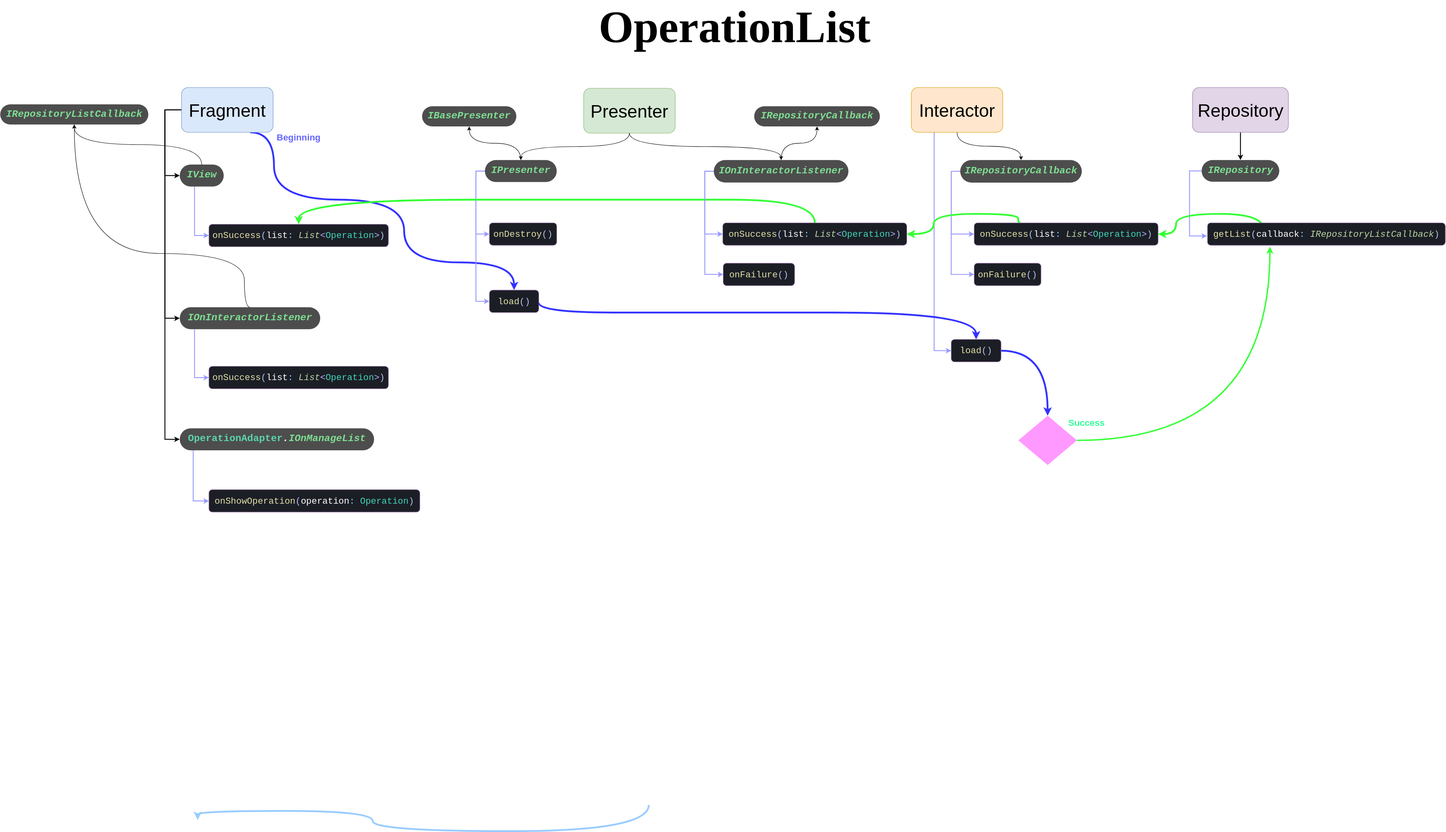
ElianFabian/android-mvp-calculator keeps this draw.io diagram as MVP OperationList Scheme.svg. Above is the earlier version. Source tidied: cells renumbered, new cells last; positions are measured from the earlier drawing's top-left corner, leaving out a move shared by most shapes.
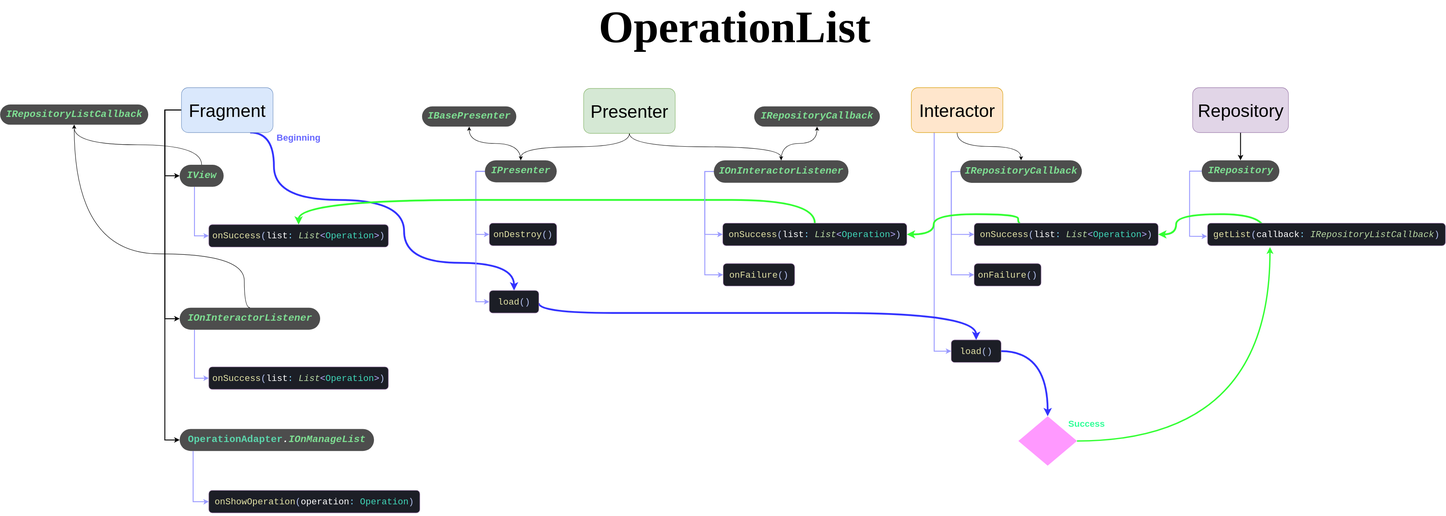
After the commit.

Diff of the diagram source:
```diff
@@ -255,17 +255,5 @@
     <mxCell id="60" value="&lt;pre style=&quot;font-family: &amp;#34;jetbrains mono&amp;#34; , monospace&quot;&gt;&lt;pre style=&quot;background-color: #1c1e26 ; color: #b6c4f2 ; font-family: &amp;#34;jetbrains mono&amp;#34; , monospace ; font-size: 8 3pt&quot;&gt;&lt;pre style=&quot;font-family: &amp;#34;jetbrains mono&amp;#34; , monospace ; font-size: 20px&quot;&gt;&lt;pre style=&quot;font-family: &amp;#34;jetbrains mono&amp;#34; , monospace&quot;&gt;&lt;pre style=&quot;font-family: &amp;#34;jetbrains mono&amp;#34; , monospace&quot;&gt;&lt;pre style=&quot;font-family: &amp;#34;jetbrains mono&amp;#34; , monospace&quot;&gt;&lt;span style=&quot;color: #e1e1a5&quot;&gt;onShowOperation&lt;/span&gt;&lt;span style=&quot;color: #b4c2f0&quot;&gt;(&lt;/span&gt;&lt;span style=&quot;color: #ffffff&quot;&gt;operation&lt;/span&gt;&lt;span style=&quot;color: #7fdaff&quot;&gt;: &lt;/span&gt;&lt;span style=&quot;color: #40d6b8&quot;&gt;Operation&lt;/span&gt;&lt;span style=&quot;color: #b4c2f0&quot;&gt;)&lt;/span&gt;&lt;/pre&gt;&lt;/pre&gt;&lt;/pre&gt;&lt;/pre&gt;&lt;/pre&gt;&lt;/pre&gt;" style="rounded=1;whiteSpace=wrap;html=1;strokeColor=#9673a6;shadow=0;sketch=0;glass=0;fillColor=#1c1e26;" parent="1" vertex="1">
       <mxGeometry x="465" y="1061.8" width="470" height="50" as="geometry" />
     </mxCell>
-    <mxCell id="61" style="edgeStyle=orthogonalEdgeStyle;curved=1;rounded=0;orthogonalLoop=1;jettySize=auto;html=1;exitX=0.5;exitY=1;exitDx=0;exitDy=0;entryX=1;entryY=0.5;entryDx=0;entryDy=0;strokeWidth=4;strokeColor=#99CCFF;" parent="1" edge="1">
-      <mxGeometry relative="1" as="geometry">
-        <mxPoint x="1445" y="1765" as="sourcePoint" />
-        <mxPoint x="440" y="1798.2" as="targetPoint" />
-        <Array as="points">
-          <mxPoint x="1445" y="1823.2" />
-          <mxPoint x="830" y="1823.2" />
-          <mxPoint x="830" y="1778.2" />
-          <mxPoint x="440" y="1778.2" />
-        </Array>
-      </mxGeometry>
-    </mxCell>
   </root>
 </mxGraphModel>
```
